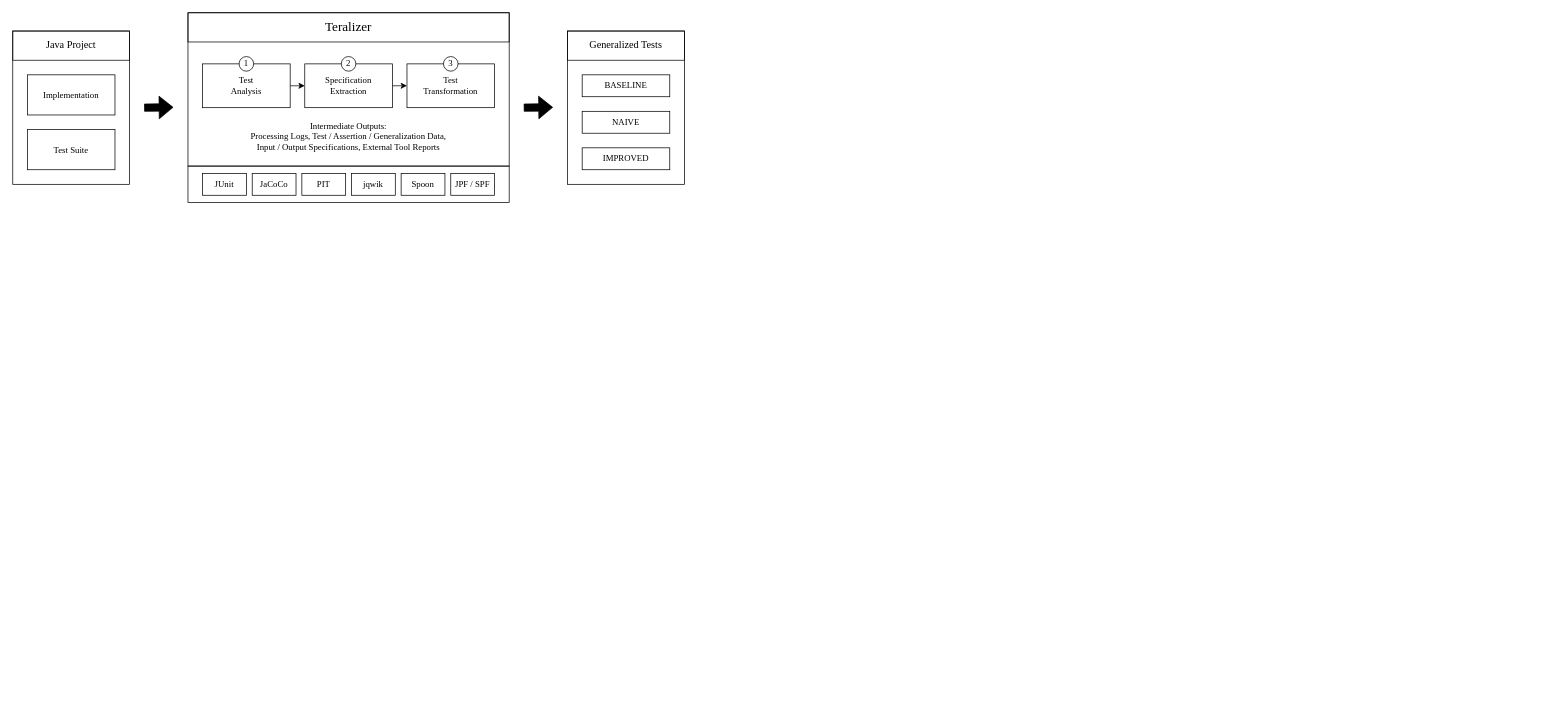
This is figures/fig_approach.drawio from glockyco/Teralizer-Paper, a draw.io file, before an edit. Source tidied: cells renumbered, new cells numbered last; positions are measured from the earlier drawing's top-left corner, leaving out a move shared by most shapes. Both pictures are drawn from the tidied source at 73%, with x=0, y=0 at pixel (12, 12).
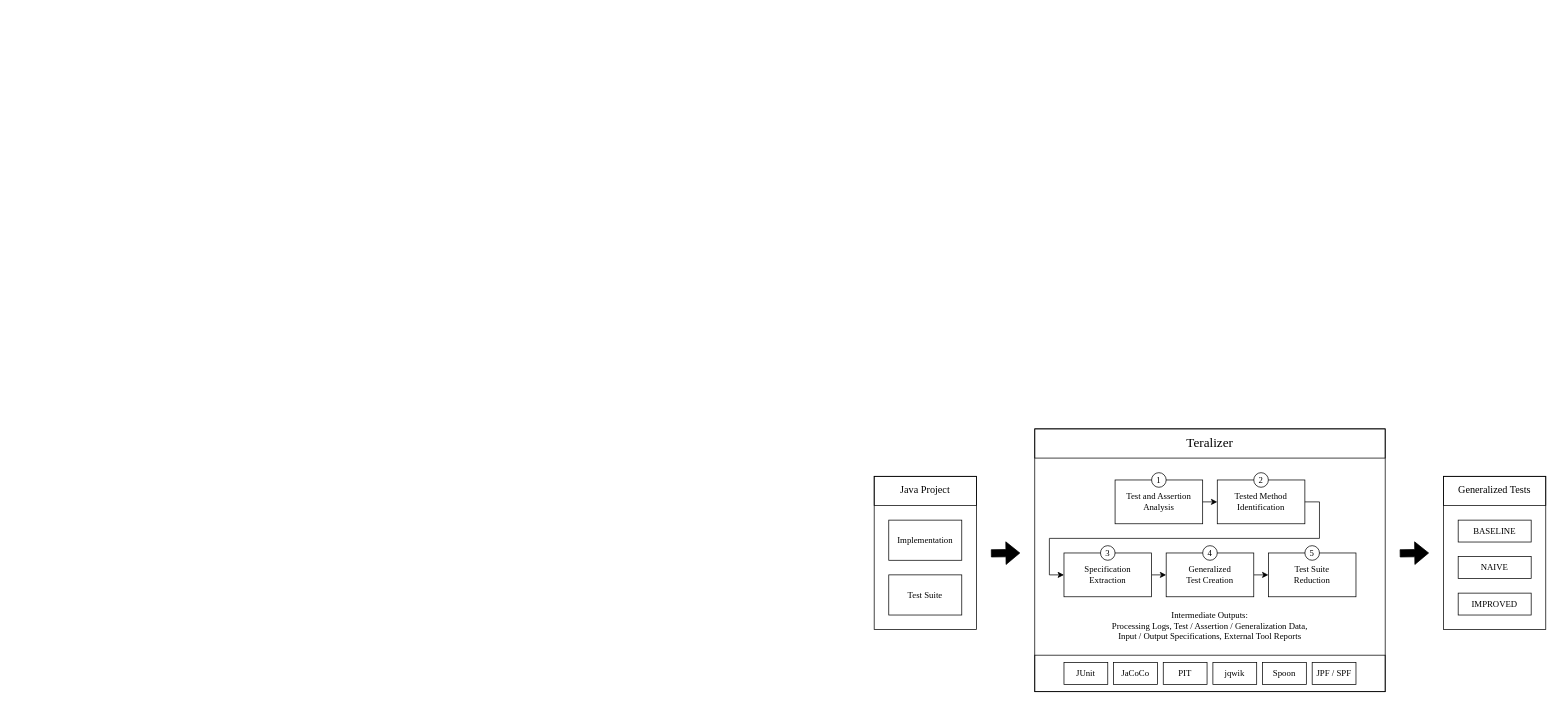
The same page after the edit.

Commit message (it also covers changes not shown here):
Change Teralizer process figure to 5 stages

Instead of:
1. Test Analysis
2. Specification Extraction
3. Test Transformation

We now have:
1. Test and Assertion Analysis
2. Tested Method Identification
3. Specification Extraction
4. Generalized Test Creation
5. Test Suite Reduction

Diff of the diagram source:
```diff
@@
-    <mxCell id="2" value="&lt;div&gt;&lt;br&gt;&lt;/div&gt;" style="text;html=1;align=center;verticalAlign=middle;whiteSpace=wrap;rounded=0;fontFamily=Times New Roman;" parent="1" vertex="1">
-      <mxGeometry x="174" y="250" width="60" height="30" as="geometry" />
-    </mxCell>
-    <mxCell id="3" style="shape=flexArrow;endArrow=classic;html=1;rounded=0;fillColor=#000000;fontFamily=Times New Roman;" parent="1" edge="1">
-      <mxGeometry relative="1" as="geometry">
-        <mxPoint x="700" y="130" as="sourcePoint" />
-        <mxPoint x="740" y="129.5" as="targetPoint" />
-      </mxGeometry>
-    </mxCell>
-    <mxCell id="4" style="group;fontFamily=Times New Roman;" parent="1" vertex="1">
-      <mxGeometry x="760" y="25" width="160" height="210" as="geometry" />
-    </mxCell>
-    <mxCell id="5" style="rounded=0;whiteSpace=wrap;html=1;fillColor=none;fontFamily=Times New Roman;" parent="4" vertex="1">
-      <mxGeometry width="160" height="210" as="geometry" />
-    </mxCell>
-    <mxCell id="6" value="Generalized Tests" style="rounded=0;whiteSpace=wrap;html=1;fontSize=14;fillColor=none;fontFamily=Times New Roman;" parent="4" vertex="1">
-      <mxGeometry width="160" height="40" as="geometry" />
-    </mxCell>
-    <mxCell id="7" value="BASELINE" style="rounded=0;whiteSpace=wrap;html=1;fontFamily=Times New Roman;" parent="4" vertex="1">
-      <mxGeometry x="20" y="60" width="120" height="30" as="geometry" />
-    </mxCell>
-    <mxCell id="8" value="IMPROVED" style="rounded=0;whiteSpace=wrap;html=1;fontFamily=Times New Roman;" parent="4" vertex="1">
-      <mxGeometry x="20" y="160" width="120" height="30" as="geometry" />
-    </mxCell>
-    <mxCell id="9" value="NAIVE" style="rounded=0;whiteSpace=wrap;html=1;fontFamily=Times New Roman;" parent="4" vertex="1">
-      <mxGeometry x="20" y="110" width="120" height="30" as="geometry" />
-    </mxCell>
-    <mxCell id="10" style="group;fontFamily=Times New Roman;" parent="1" vertex="1">
-      <mxGeometry y="25" width="160" height="210" as="geometry" />
-    </mxCell>
-    <mxCell id="11" style="rounded=0;whiteSpace=wrap;html=1;fillColor=none;fontFamily=Times New Roman;" parent="10" vertex="1">
-      <mxGeometry width="160" height="210" as="geometry" />
-    </mxCell>
-    <mxCell id="12" value="Java Project" style="rounded=0;whiteSpace=wrap;html=1;fontSize=14;fillColor=none;fontFamily=Times New Roman;" parent="10" vertex="1">
-      <mxGeometry width="160" height="40" as="geometry" />
-    </mxCell>
-    <mxCell id="13" value="Implementation" style="rounded=0;whiteSpace=wrap;html=1;fontFamily=Times New Roman;" parent="10" vertex="1">
-      <mxGeometry x="20" y="60" width="120" height="55" as="geometry" />
-    </mxCell>
-    <mxCell id="14" value="Test Suite" style="rounded=0;whiteSpace=wrap;html=1;fontFamily=Times New Roman;" parent="10" vertex="1">
-      <mxGeometry x="20" y="135" width="120" height="55" as="geometry" />
-    </mxCell>
-    <mxCell id="15" style="group;fontFamily=Times New Roman;" parent="1" vertex="1">
-      <mxGeometry x="240" width="440" height="260" as="geometry" />
-    </mxCell>
-    <mxCell id="16" style="rounded=0;whiteSpace=wrap;html=1;fillColor=none;fontFamily=Times New Roman;" parent="15" vertex="1">
-      <mxGeometry width="440" height="210" as="geometry" />
-    </mxCell>
-    <mxCell id="17" style="edgeStyle=orthogonalEdgeStyle;rounded=0;jettySize=auto;html=1;exitX=1;exitY=0.5;exitDx=0;exitDy=0;entryX=0;entryY=0.5;entryDx=0;entryDy=0;fontFamily=Times New Roman;" parent="15" edge="1" source="18" target="20">
-      <mxGeometry relative="1" as="geometry" />
-    </mxCell>
-    <mxCell id="18" value="Test&lt;div&gt;Analysis&lt;/div&gt;" style="rounded=0;whiteSpace=wrap;html=1;fontFamily=Times New Roman;" parent="15" vertex="1">
-      <mxGeometry x="20" y="70" width="120" height="60" as="geometry" />
-    </mxCell>
-    <mxCell id="19" style="edgeStyle=orthogonalEdgeStyle;rounded=0;jettySize=auto;html=1;exitX=1;exitY=0.5;exitDx=0;exitDy=0;entryX=0;entryY=0.5;entryDx=0;entryDy=0;fontFamily=Times New Roman;" parent="15" edge="1" source="20" target="21">
-      <mxGeometry relative="1" as="geometry" />
-    </mxCell>
+    <mxCell id="36" style="shape=flexArrow;endArrow=classic;html=1;rounded=0;fillColor=#000000;fontFamily=Times New Roman;" parent="1" edge="1">
+      <mxGeometry relative="1" as="geometry">
+        <mxPoint x="1900" y="740.5" as="sourcePoint" />
+        <mxPoint x="1940" y="740" as="targetPoint" />
+      </mxGeometry>
+    </mxCell>
+    <mxCell id="37" style="shape=flexArrow;endArrow=classic;html=1;rounded=0;fillColor=#000000;fontFamily=Times New Roman;" parent="1" edge="1">
+      <mxGeometry relative="1" as="geometry">
+        <mxPoint x="1340" y="740.5" as="sourcePoint" />
+        <mxPoint x="1380" y="740" as="targetPoint" />
+      </mxGeometry>
+    </mxCell>
+    <mxCell id="38" style="rounded=0;whiteSpace=wrap;html=1;fillColor=none;fontFamily=Times New Roman;" parent="1" vertex="1">
+      <mxGeometry x="1400" y="570" width="480" height="360" as="geometry" />
+    </mxCell>
+    <mxCell id="39" style="edgeStyle=orthogonalEdgeStyle;rounded=0;jettySize=auto;html=1;exitX=1;exitY=0.5;exitDx=0;exitDy=0;entryX=0;entryY=0.5;entryDx=0;entryDy=0;fontFamily=Times New Roman;" parent="1" edge="1" source="20" target="41">
+      <mxGeometry relative="1" as="geometry" />
+    </mxCell>
-    <mxCell id="20" value="Specification&lt;div&gt;Extraction&lt;/div&gt;" style="rounded=0;whiteSpace=wrap;html=1;fontFamily=Times New Roman;" parent="15" vertex="1">
-      <mxGeometry x="160" y="70" width="120" height="60" as="geometry" />
+    <mxCell id="20" value="Specification&lt;br&gt;Extraction" style="rounded=0;whiteSpace=wrap;html=1;fontFamily=Times New Roman;" parent="1" vertex="1">
+      <mxGeometry x="1440" y="740" width="120" height="60" as="geometry" />
     </mxCell>
-    <mxCell id="21" value="Test&lt;div&gt;Transformation&lt;/div&gt;" style="rounded=0;whiteSpace=wrap;html=1;fontFamily=Times New Roman;" parent="15" vertex="1">
-      <mxGeometry x="300" y="70" width="120" height="60" as="geometry" />
-    </mxCell>
+    <mxCell id="40" style="edgeStyle=orthogonalEdgeStyle;rounded=0;jettySize=auto;html=1;exitX=1;exitY=0.5;exitDx=0;exitDy=0;entryX=0;entryY=0.5;entryDx=0;entryDy=0;fontFamily=Times New Roman;" parent="1" edge="1" source="41" target="42">
+      <mxGeometry relative="1" as="geometry" />
+    </mxCell>
+    <mxCell id="41" value="Generalized&lt;br&gt;Test Creation" style="rounded=0;whiteSpace=wrap;html=1;fontFamily=Times New Roman;" parent="1" vertex="1">
+      <mxGeometry x="1580" y="740" width="120" height="60" as="geometry" />
+    </mxCell>
+    <mxCell id="42" value="Test Suite&lt;br&gt;Reduction" style="rounded=0;whiteSpace=wrap;html=1;fontFamily=Times New Roman;" parent="1" vertex="1">
+      <mxGeometry x="1720" y="740" width="120" height="60" as="geometry" />
+    </mxCell>
-    <mxCell id="22" value="&lt;div&gt;Intermediate Outputs:&lt;/div&gt;&lt;div&gt;Processing Logs, Test / Assertion / Generalization Data,&lt;br&gt;Input / Output Specifications, External Tool Reports&lt;/div&gt;" style="text;html=1;align=center;verticalAlign=middle;whiteSpace=wrap;rounded=0;fontFamily=Times New Roman;" parent="15" vertex="1">
-      <mxGeometry y="140" width="440" height="60" as="geometry" />
+    <mxCell id="22" value="&lt;div&gt;Intermediate Outputs:&lt;/div&gt;&lt;div&gt;Processing Logs, Test / Assertion / Generalization Data,&lt;br&gt;Input / Output Specifications, External Tool Reports&lt;/div&gt;" style="text;html=1;align=center;verticalAlign=middle;whiteSpace=wrap;rounded=0;fontFamily=Times New Roman;" parent="1" vertex="1">
+      <mxGeometry x="1420" y="810" width="440" height="60" as="geometry" />
     </mxCell>
+    <mxCell id="25" value="3" style="ellipse;whiteSpace=wrap;html=1;fontFamily=Times New Roman;" parent="1" vertex="1">
+      <mxGeometry x="1490" y="730" width="20" height="20" as="geometry" />
+    </mxCell>
+    <mxCell id="43" value="4" style="ellipse;whiteSpace=wrap;html=1;fontFamily=Times New Roman;" parent="1" vertex="1">
+      <mxGeometry x="1630" y="730" width="20" height="20" as="geometry" />
+    </mxCell>
+    <mxCell id="44" value="5" style="ellipse;whiteSpace=wrap;html=1;fontFamily=Times New Roman;" parent="1" vertex="1">
+      <mxGeometry x="1770" y="730" width="20" height="20" as="geometry" />
+    </mxCell>
+    <mxCell id="26" value="&lt;font style=&quot;font-size: 18px;&quot;&gt;Teralizer&lt;/font&gt;" style="rounded=0;whiteSpace=wrap;html=1;fontSize=16;fillColor=none;fontFamily=Times New Roman;" parent="1" vertex="1">
+      <mxGeometry x="1400" y="570" width="480" height="40" as="geometry" />
+    </mxCell>
+    <mxCell id="45" value="Test and Assertion&lt;br&gt;Analysis" style="rounded=0;whiteSpace=wrap;html=1;fontFamily=Times New Roman;" parent="1" vertex="1">
+      <mxGeometry x="1510" y="640" width="120" height="60" as="geometry" />
+    </mxCell>
+    <mxCell id="46" value="Tested Method&lt;br&gt;Identification" style="rounded=0;whiteSpace=wrap;html=1;fontFamily=Times New Roman;" parent="1" vertex="1">
+      <mxGeometry x="1650" y="640" width="120" height="60" as="geometry" />
+    </mxCell>
-    <mxCell id="23" value="1" style="ellipse;whiteSpace=wrap;html=1;fontFamily=Times New Roman;" parent="15" vertex="1">
-      <mxGeometry x="70" y="60" width="20" height="20" as="geometry" />
+    <mxCell id="23" value="1" style="ellipse;whiteSpace=wrap;html=1;fontFamily=Times New Roman;" parent="1" vertex="1">
+      <mxGeometry x="1560" y="630" width="20" height="20" as="geometry" />
     </mxCell>
-    <mxCell id="24" value="2" style="ellipse;whiteSpace=wrap;html=1;fontFamily=Times New Roman;" parent="15" vertex="1">
-      <mxGeometry x="210" y="60" width="20" height="20" as="geometry" />
+    <mxCell id="24" value="2" style="ellipse;whiteSpace=wrap;html=1;fontFamily=Times New Roman;" parent="1" vertex="1">
+      <mxGeometry x="1700" y="630" width="20" height="20" as="geometry" />
     </mxCell>
-    <mxCell id="25" value="3" style="ellipse;whiteSpace=wrap;html=1;fontFamily=Times New Roman;" parent="15" vertex="1">
-      <mxGeometry x="350" y="60" width="20" height="20" as="geometry" />
-    </mxCell>
-    <mxCell id="26" value="&lt;font style=&quot;font-size: 18px;&quot;&gt;Teralizer&lt;/font&gt;" style="rounded=0;whiteSpace=wrap;html=1;fontSize=16;fillColor=none;fontFamily=Times New Roman;" parent="15" vertex="1">
-      <mxGeometry width="440" height="40" as="geometry" />
-    </mxCell>
-    <mxCell id="27" style="group;fontFamily=Times New Roman;" parent="15" vertex="1">
-      <mxGeometry y="210" width="440" height="50" as="geometry" />
-    </mxCell>
-    <mxCell id="28" style="rounded=0;whiteSpace=wrap;html=1;fillColor=none;fontFamily=Times New Roman;" parent="27" vertex="1">
-      <mxGeometry width="440" height="50" as="geometry" />
-    </mxCell>
+    <mxCell id="47" style="edgeStyle=orthogonalEdgeStyle;rounded=0;jettySize=auto;html=1;entryX=0;entryY=0.5;entryDx=0;entryDy=0;fontFamily=Times New Roman;exitX=1;exitY=0.5;exitDx=0;exitDy=0;" parent="1" edge="1" source="45" target="46">
+      <mxGeometry relative="1" as="geometry" />
+    </mxCell>
+    <mxCell id="48" style="edgeStyle=orthogonalEdgeStyle;rounded=0;jettySize=auto;html=1;entryX=0;entryY=0.5;entryDx=0;entryDy=0;fontFamily=Times New Roman;exitX=1;exitY=0.5;exitDx=0;exitDy=0;" parent="1" edge="1" source="46" target="20">
+      <mxGeometry relative="1" as="geometry" />
+    </mxCell>
+    <mxCell id="49" style="rounded=0;whiteSpace=wrap;html=1;fillColor=none;fontFamily=Times New Roman;" parent="1" vertex="1">
+      <mxGeometry x="1400" y="880" width="480" height="50" as="geometry" />
+    </mxCell>
-    <mxCell id="29" value="JUnit" style="rounded=0;whiteSpace=wrap;html=1;flipH=1;fontFamily=Times New Roman;" parent="27" vertex="1">
-      <mxGeometry x="20" y="10" width="60" height="30" as="geometry" />
+    <mxCell id="29" value="JUnit" style="rounded=0;whiteSpace=wrap;html=1;flipH=1;fontFamily=Times New Roman;" parent="1" vertex="1">
+      <mxGeometry x="1440" y="890" width="60" height="30" as="geometry" />
     </mxCell>
-    <mxCell id="30" value="JaCoCo" style="rounded=0;whiteSpace=wrap;html=1;flipH=1;fontFamily=Times New Roman;" parent="27" vertex="1">
-      <mxGeometry x="88" y="10" width="60" height="30" as="geometry" />
+    <mxCell id="30" value="JaCoCo" style="rounded=0;whiteSpace=wrap;html=1;flipH=1;fontFamily=Times New Roman;" parent="1" vertex="1">
+      <mxGeometry x="1508" y="890" width="60" height="30" as="geometry" />
     </mxCell>
-    <mxCell id="31" value="PIT" style="rounded=0;whiteSpace=wrap;html=1;flipH=1;fontFamily=Times New Roman;" parent="27" vertex="1">
-      <mxGeometry x="156" y="10" width="60" height="30" as="geometry" />
+    <mxCell id="31" value="PIT" style="rounded=0;whiteSpace=wrap;html=1;flipH=1;fontFamily=Times New Roman;" parent="1" vertex="1">
+      <mxGeometry x="1576" y="890" width="60" height="30" as="geometry" />
     </mxCell>
-    <mxCell id="32" value="jqwik" style="rounded=0;whiteSpace=wrap;html=1;flipH=1;fontFamily=Times New Roman;" parent="27" vertex="1">
-      <mxGeometry x="224" y="10" width="60" height="30" as="geometry" />
+    <mxCell id="32" value="jqwik" style="rounded=0;whiteSpace=wrap;html=1;flipH=1;fontFamily=Times New Roman;" parent="1" vertex="1">
+      <mxGeometry x="1644" y="890" width="60" height="30" as="geometry" />
     </mxCell>
-    <mxCell id="33" value="Spoon" style="rounded=0;whiteSpace=wrap;html=1;flipH=1;fontFamily=Times New Roman;" parent="27" vertex="1">
-      <mxGeometry x="292" y="10" width="60" height="30" as="geometry" />
+    <mxCell id="33" value="Spoon" style="rounded=0;whiteSpace=wrap;html=1;flipH=1;fontFamily=Times New Roman;" parent="1" vertex="1">
+      <mxGeometry x="1712" y="890" width="60" height="30" as="geometry" />
     </mxCell>
-    <mxCell id="34" value="JPF / SPF" style="rounded=0;whiteSpace=wrap;html=1;flipH=1;fontFamily=Times New Roman;" parent="27" vertex="1">
-      <mxGeometry x="360" y="10" width="60" height="30" as="geometry" />
+    <mxCell id="34" value="JPF / SPF" style="rounded=0;whiteSpace=wrap;html=1;flipH=1;fontFamily=Times New Roman;" parent="1" vertex="1">
+      <mxGeometry x="1780" y="890" width="60" height="30" as="geometry" />
     </mxCell>
-    <mxCell id="35" style="shape=flexArrow;endArrow=classic;html=1;rounded=0;fillColor=#000000;fontFamily=Times New Roman;" parent="1" edge="1">
-      <mxGeometry relative="1" as="geometry">
-        <mxPoint x="180" y="130" as="sourcePoint" />
-        <mxPoint x="220" y="129.5" as="targetPoint" />
-      </mxGeometry>
-    </mxCell>
+    <mxCell id="50" style="group;" parent="1" vertex="1">
+      <mxGeometry x="1960" y="635" width="140" height="210" as="geometry" />
+    </mxCell>
+    <mxCell id="51" style="rounded=0;whiteSpace=wrap;html=1;fillColor=none;fontFamily=Times New Roman;" parent="50" vertex="1">
+      <mxGeometry width="140" height="210" as="geometry" />
+    </mxCell>
+    <mxCell id="6" value="Generalized Tests" style="rounded=0;whiteSpace=wrap;html=1;fontSize=14;fillColor=none;fontFamily=Times New Roman;" parent="50" vertex="1">
+      <mxGeometry width="140" height="40" as="geometry" />
+    </mxCell>
+    <mxCell id="7" value="BASELINE" style="rounded=0;whiteSpace=wrap;html=1;fontFamily=Times New Roman;" parent="50" vertex="1">
+      <mxGeometry x="20" y="60" width="100" height="30" as="geometry" />
+    </mxCell>
+    <mxCell id="8" value="IMPROVED" style="rounded=0;whiteSpace=wrap;html=1;fontFamily=Times New Roman;" parent="50" vertex="1">
+      <mxGeometry x="20" y="160" width="100" height="30" as="geometry" />
+    </mxCell>
+    <mxCell id="9" value="NAIVE" style="rounded=0;whiteSpace=wrap;html=1;fontFamily=Times New Roman;" parent="50" vertex="1">
+      <mxGeometry x="20" y="110" width="100" height="30" as="geometry" />
+    </mxCell>
+    <mxCell id="52" style="group;" parent="1" vertex="1">
+      <mxGeometry x="1180" y="635" width="140" height="210" as="geometry" />
+    </mxCell>
+    <mxCell id="53" style="rounded=0;whiteSpace=wrap;html=1;fillColor=none;fontFamily=Times New Roman;" parent="52" vertex="1">
+      <mxGeometry width="140" height="210" as="geometry" />
+    </mxCell>
+    <mxCell id="12" value="Java Project" style="rounded=0;whiteSpace=wrap;html=1;fontSize=14;fillColor=none;fontFamily=Times New Roman;" parent="52" vertex="1">
+      <mxGeometry width="140" height="40" as="geometry" />
+    </mxCell>
+    <mxCell id="13" value="Implementation" style="rounded=0;whiteSpace=wrap;html=1;fontFamily=Times New Roman;" parent="52" vertex="1">
+      <mxGeometry x="20" y="60" width="100" height="55" as="geometry" />
+    </mxCell>
+    <mxCell id="14" value="Test Suite" style="rounded=0;whiteSpace=wrap;html=1;fontFamily=Times New Roman;" parent="52" vertex="1">
+      <mxGeometry x="20" y="135" width="100" height="55" as="geometry" />
+    </mxCell>
```
